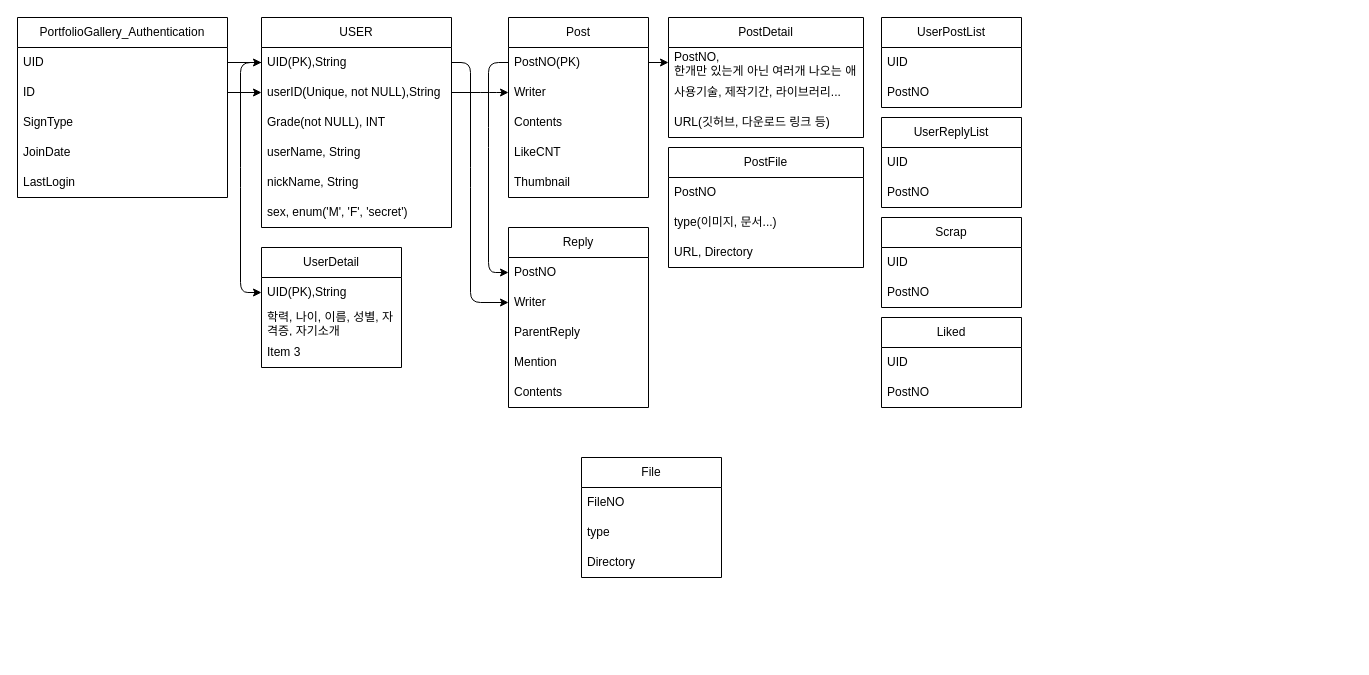
The draw.io diagram ERD.drawio in NewChoBo/portfolio_gallery_NodeJS, before the edit. Source tidied: cells renumbered, new cells numbered last; positions are measured from the earlier drawing's top-left corner, leaving out a move shared by most shapes. Both pictures are drawn from the tidied source at 100%, with x=0, y=0 at pixel (17, 17).
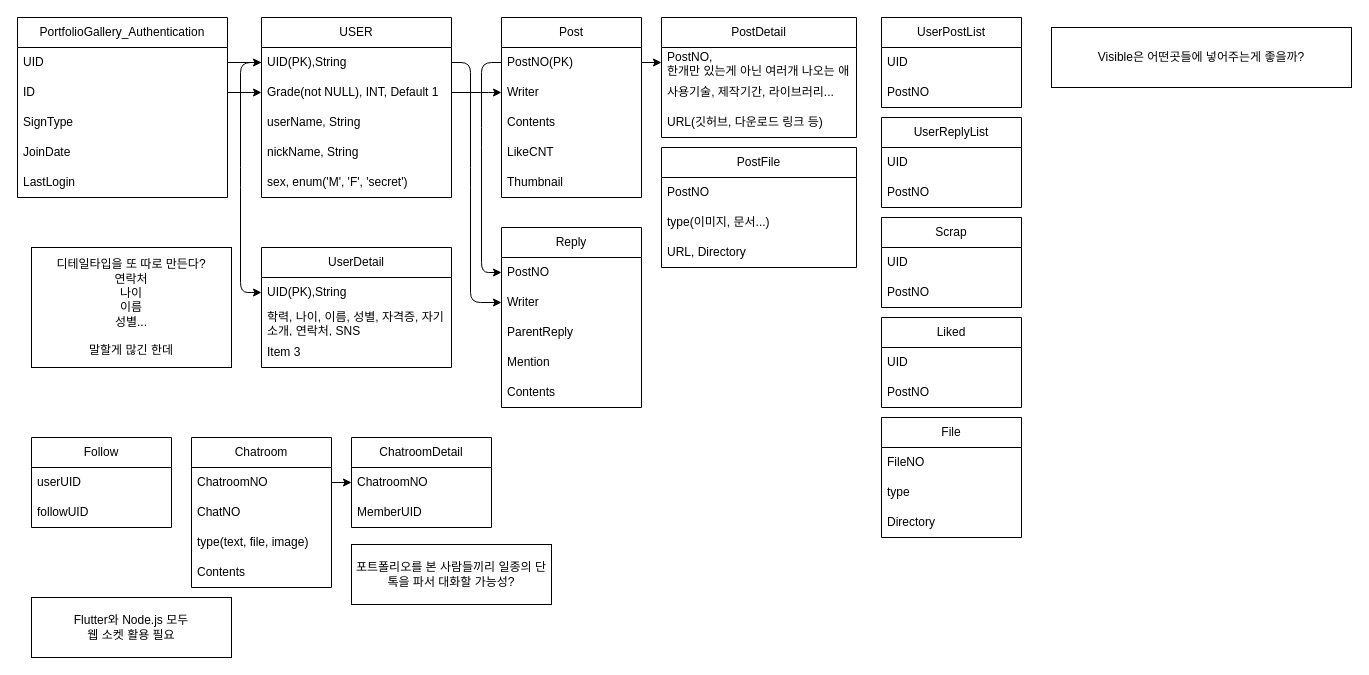
The same page after the edit.

Commit message:
User테이블에 팔로워 정보도 공개여부를 설정 해야 하나?

테이블의 모든 정보에 대해 visible을 달아주기는 많이 부담이 된다...

구글 로그인같은거로 하면, UID는 오더라도 userID는 안올것.
물론, firebase에 요청해서 식별자를 받아오는게 가능할 것 같긴 한데, 필수적이란 생각은 안듦.

명함에 관한 내용도 고려 필요

Unchanged cells that the change refers to:
```xml
<mxCell id="11" value="ID" style="text;strokeColor=none;fillColor=none;align=left;verticalAlign=middle;spacingLeft=4;spacingRight=4;overflow=hidden;points=[[0,0.5],[1,0.5]];portConstraint=eastwest;whiteSpace=wrap;html=1;rounded=0;glass=0;" parent="9" vertex="1">
  <mxGeometry y="60" width="210" height="30" as="geometry" />
</mxCell>
<mxCell id="32" value="PostNO(PK)" style="text;strokeColor=none;fillColor=none;align=left;verticalAlign=middle;spacingLeft=4;spacingRight=4;overflow=hidden;points=[[0,0.5],[1,0.5]];portConstraint=eastwest;whiteSpace=wrap;html=1;rounded=0;glass=0;" parent="31" vertex="1">
  <mxGeometry y="30" width="140" height="30" as="geometry" />
</mxCell>
<mxCell id="33" value="Writer" style="text;strokeColor=none;fillColor=none;align=left;verticalAlign=middle;spacingLeft=4;spacingRight=4;overflow=hidden;points=[[0,0.5],[1,0.5]];portConstraint=eastwest;whiteSpace=wrap;html=1;rounded=0;glass=0;" parent="31" vertex="1">
  <mxGeometry y="60" width="140" height="30" as="geometry" />
</mxCell>
<mxCell id="39" value="PostNO" style="text;strokeColor=none;fillColor=none;align=left;verticalAlign=middle;spacingLeft=4;spacingRight=4;overflow=hidden;points=[[0,0.5],[1,0.5]];portConstraint=eastwest;whiteSpace=wrap;html=1;rounded=0;glass=0;" parent="38" vertex="1">
  <mxGeometry y="30" width="140" height="30" as="geometry" />
</mxCell>
```

Diff of the diagram source:
```diff
@@
     <mxCell id="2" value="USER" style="swimlane;fontStyle=0;horizontal=1;startSize=30;whiteSpace=wrap;html=1;" parent="1" vertex="1">
-      <mxGeometry x="244" width="190" height="210" as="geometry" />
+      <mxGeometry x="244" width="190" height="180" as="geometry" />
     </mxCell>
@@
-    <mxCell id="4" value="userID(Unique, not NULL),String" style="text;strokeColor=none;fillColor=none;align=left;verticalAlign=middle;spacingLeft=4;spacingRight=4;overflow=hidden;points=[[0,0.5],[1,0.5]];portConstraint=eastwest;whiteSpace=wrap;html=1;" parent="2" vertex="1">
-      <mxGeometry y="60" width="190" height="30" as="geometry" />
-    </mxCell>
-    <mxCell id="5" value="Grade(not NULL), INT" style="text;strokeColor=none;fillColor=none;align=left;verticalAlign=middle;spacingLeft=4;spacingRight=4;overflow=hidden;whiteSpace=wrap;html=1;rounded=0;glass=0;" parent="2" vertex="1">
-      <mxGeometry y="90" width="190" height="30" as="geometry" />
+    <mxCell id="5" value="Grade(not NULL), INT, Default 1" style="text;strokeColor=none;fillColor=none;align=left;verticalAlign=middle;spacingLeft=4;spacingRight=4;overflow=hidden;whiteSpace=wrap;html=1;rounded=0;glass=0;" parent="2" vertex="1">
+      <mxGeometry y="60" width="190" height="30" as="geometry" />
     </mxCell>
     <mxCell id="6" value="userName, String" style="text;strokeColor=none;fillColor=none;align=left;verticalAlign=middle;spacingLeft=4;spacingRight=4;overflow=hidden;whiteSpace=wrap;html=1;" parent="2" vertex="1">
-      <mxGeometry y="120" width="190" height="30" as="geometry" />
+      <mxGeometry y="90" width="190" height="30" as="geometry" />
     </mxCell>
     <mxCell id="7" value="nickName, String" style="text;strokeColor=none;fillColor=none;align=left;verticalAlign=middle;spacingLeft=4;spacingRight=4;overflow=hidden;whiteSpace=wrap;html=1;" parent="2" vertex="1">
-      <mxGeometry y="150" width="190" height="30" as="geometry" />
+      <mxGeometry y="120" width="190" height="30" as="geometry" />
     </mxCell>
     <mxCell id="8" value="sex, enum('M', 'F', 'secret')" style="text;strokeColor=none;fillColor=none;align=left;verticalAlign=middle;spacingLeft=4;spacingRight=4;overflow=hidden;whiteSpace=wrap;html=1;" parent="2" vertex="1">
-      <mxGeometry y="180" width="190" height="30" as="geometry" />
+      <mxGeometry y="150" width="190" height="30" as="geometry" />
     </mxCell>
@@
-    <mxCell id="15" style="edgeStyle=none;html=1;entryX=0;entryY=0.5;entryDx=0;entryDy=0;exitX=1;exitY=0.5;exitDx=0;exitDy=0;" parent="1" edge="1" source="11" target="4">
-      <mxGeometry relative="1" as="geometry" />
+    <mxCell id="15" style="edgeStyle=none;html=1;entryX=0;entryY=0.5;entryDx=0;entryDy=0;exitX=1;exitY=0.5;exitDx=0;exitDy=0;" parent="1" edge="1" source="11">
+      <mxGeometry relative="1" as="geometry">
+        <mxPoint x="244" y="75" as="targetPoint" />
+      </mxGeometry>
     </mxCell>
@@
     <mxCell id="23" value="File" style="swimlane;fontStyle=0;horizontal=1;startSize=30;whiteSpace=wrap;html=1;rounded=0;glass=0;" parent="1" vertex="1">
-      <mxGeometry x="564" y="440" width="140" height="120" as="geometry" />
+      <mxGeometry x="864" y="400" width="140" height="120" as="geometry" />
     </mxCell>
@@
     <mxCell id="27" value="UserDetail" style="swimlane;fontStyle=0;horizontal=1;startSize=30;whiteSpace=wrap;html=1;rounded=0;glass=0;" parent="1" vertex="1">
-      <mxGeometry x="244" y="230" width="140" height="120" as="geometry" />
+      <mxGeometry x="244" y="230" width="190" height="120" as="geometry" />
     </mxCell>
     <mxCell id="28" value="UID(PK),String" style="text;strokeColor=none;fillColor=none;align=left;verticalAlign=middle;spacingLeft=4;spacingRight=4;overflow=hidden;points=[[0,0.5],[1,0.5]];portConstraint=eastwest;whiteSpace=wrap;html=1;rounded=0;glass=0;" parent="27" vertex="1">
-      <mxGeometry y="30" width="140" height="30" as="geometry" />
+      <mxGeometry y="30" width="190" height="30" as="geometry" />
     </mxCell>
-    <mxCell id="29" value="학력, 나이, 이름, 성별, 자격증, 자기소개" style="text;strokeColor=none;fillColor=none;align=left;verticalAlign=middle;spacingLeft=4;spacingRight=4;overflow=hidden;whiteSpace=wrap;html=1;rounded=0;glass=0;" parent="27" vertex="1">
-      <mxGeometry y="60" width="140" height="30" as="geometry" />
+    <mxCell id="29" value="학력, 나이, 이름, 성별, 자격증, 자기소개, 연락처, SNS" style="text;strokeColor=none;fillColor=none;align=left;verticalAlign=middle;spacingLeft=4;spacingRight=4;overflow=hidden;whiteSpace=wrap;html=1;rounded=0;glass=0;" parent="27" vertex="1">
+      <mxGeometry y="60" width="190" height="30" as="geometry" />
     </mxCell>
     <mxCell id="30" value="Item 3" style="text;strokeColor=none;fillColor=none;align=left;verticalAlign=middle;spacingLeft=4;spacingRight=4;overflow=hidden;whiteSpace=wrap;html=1;rounded=0;glass=0;" parent="27" vertex="1">
-      <mxGeometry y="90" width="140" height="30" as="geometry" />
+      <mxGeometry y="90" width="190" height="30" as="geometry" />
     </mxCell>
     <mxCell id="31" value="Post" style="swimlane;fontStyle=0;horizontal=1;startSize=30;whiteSpace=wrap;html=1;rounded=0;glass=0;" parent="1" vertex="1">
-      <mxGeometry x="491" width="140" height="180" as="geometry" />
+      <mxGeometry x="484" width="140" height="180" as="geometry" />
     </mxCell>
@@
-    <mxCell id="37" style="edgeStyle=none;html=1;entryX=0;entryY=0.5;entryDx=0;entryDy=0;exitX=1;exitY=0.5;exitDx=0;exitDy=0;" parent="1" edge="1" source="4" target="33">
+    <mxCell id="37" style="edgeStyle=none;html=1;entryX=0;entryY=0.5;entryDx=0;entryDy=0;exitX=1;exitY=0.5;exitDx=0;exitDy=0;" parent="1" edge="1" target="33">
       <mxGeometry relative="1" as="geometry">
+        <mxPoint x="434" y="75" as="sourcePoint" />
         <Array as="points">
           <mxPoint x="473" y="75" />
         </Array>
       </mxGeometry>
     </mxCell>
     <mxCell id="38" value="Reply" style="swimlane;fontStyle=0;horizontal=1;startSize=30;whiteSpace=wrap;html=1;rounded=0;glass=0;" parent="1" vertex="1">
-      <mxGeometry x="491" y="210" width="140" height="180" as="geometry" />
+      <mxGeometry x="484" y="210" width="140" height="180" as="geometry" />
     </mxCell>
@@
     <mxCell id="47" value="PostDetail&lt;br&gt;" style="swimlane;fontStyle=0;horizontal=1;startSize=30;whiteSpace=wrap;html=1;rounded=0;glass=0;" parent="1" vertex="1">
-      <mxGeometry x="651" width="195" height="120" as="geometry" />
+      <mxGeometry x="644" width="195" height="120" as="geometry" />
     </mxCell>
@@
     <mxCell id="52" style="edgeStyle=none;html=1;entryX=0;entryY=0.5;entryDx=0;entryDy=0;exitX=0;exitY=0.5;exitDx=0;exitDy=0;" parent="1" edge="1" source="32" target="39">
       <mxGeometry relative="1" as="geometry">
         <Array as="points">
-          <mxPoint x="471" y="45" />
-          <mxPoint x="471" y="120" />
-          <mxPoint x="471" y="255" />
+          <mxPoint x="464" y="45" />
+          <mxPoint x="464" y="120" />
+          <mxPoint x="464" y="255" />
         </Array>
       </mxGeometry>
     </mxCell>
@@
     <mxCell id="55" value="PostFile" style="swimlane;fontStyle=0;horizontal=1;startSize=30;whiteSpace=wrap;html=1;rounded=0;glass=0;" parent="1" vertex="1">
-      <mxGeometry x="651" y="130" width="195" height="120" as="geometry" />
+      <mxGeometry x="644" y="130" width="195" height="120" as="geometry" />
     </mxCell>
@@
+    <mxCell id="62" value="Follow" style="swimlane;fontStyle=0;horizontal=1;startSize=30;whiteSpace=wrap;html=1;rounded=0;glass=0;" parent="1" vertex="1">
+      <mxGeometry x="14" y="420" width="140" height="90" as="geometry" />
+    </mxCell>
+    <mxCell id="63" value="userUID" style="text;strokeColor=none;fillColor=none;align=left;verticalAlign=middle;spacingLeft=4;spacingRight=4;overflow=hidden;whiteSpace=wrap;html=1;rounded=0;glass=0;" parent="62" vertex="1">
+      <mxGeometry y="30" width="140" height="30" as="geometry" />
+    </mxCell>
+    <mxCell id="64" value="followUID" style="text;strokeColor=none;fillColor=none;align=left;verticalAlign=middle;spacingLeft=4;spacingRight=4;overflow=hidden;whiteSpace=wrap;html=1;rounded=0;glass=0;" parent="62" vertex="1">
+      <mxGeometry y="60" width="140" height="30" as="geometry" />
+    </mxCell>
+    <mxCell id="65" value="Chatroom" style="swimlane;fontStyle=0;horizontal=1;startSize=30;whiteSpace=wrap;html=1;rounded=0;glass=0;" parent="1" vertex="1">
+      <mxGeometry x="174" y="420" width="140" height="150" as="geometry" />
+    </mxCell>
+    <mxCell id="66" value="ChatroomNO" style="text;strokeColor=none;fillColor=none;align=left;verticalAlign=middle;spacingLeft=4;spacingRight=4;overflow=hidden;points=[[0,0.5],[1,0.5]];portConstraint=eastwest;whiteSpace=wrap;html=1;rounded=0;glass=0;" parent="65" vertex="1">
+      <mxGeometry y="30" width="140" height="30" as="geometry" />
+    </mxCell>
+    <mxCell id="67" value="ChatNO" style="text;strokeColor=none;fillColor=none;align=left;verticalAlign=middle;spacingLeft=4;spacingRight=4;overflow=hidden;whiteSpace=wrap;html=1;rounded=0;glass=0;" parent="65" vertex="1">
+      <mxGeometry y="60" width="140" height="30" as="geometry" />
+    </mxCell>
+    <mxCell id="68" value="type(text, file, image)" style="text;strokeColor=none;fillColor=none;align=left;verticalAlign=middle;spacingLeft=4;spacingRight=4;overflow=hidden;whiteSpace=wrap;html=1;rounded=0;glass=0;" parent="65" vertex="1">
+      <mxGeometry y="90" width="140" height="30" as="geometry" />
+    </mxCell>
+    <mxCell id="69" value="Contents" style="text;strokeColor=none;fillColor=none;align=left;verticalAlign=middle;spacingLeft=4;spacingRight=4;overflow=hidden;whiteSpace=wrap;html=1;rounded=0;glass=0;" parent="65" vertex="1">
+      <mxGeometry y="120" width="140" height="30" as="geometry" />
+    </mxCell>
+    <mxCell id="70" value="ChatroomDetail" style="swimlane;fontStyle=0;horizontal=1;startSize=30;whiteSpace=wrap;html=1;rounded=0;glass=0;" parent="1" vertex="1">
+      <mxGeometry x="334" y="420" width="140" height="90" as="geometry" />
+    </mxCell>
+    <mxCell id="71" value="ChatroomNO" style="text;strokeColor=none;fillColor=none;align=left;verticalAlign=middle;spacingLeft=4;spacingRight=4;overflow=hidden;points=[[0,0.5],[1,0.5]];portConstraint=eastwest;whiteSpace=wrap;html=1;rounded=0;glass=0;" parent="70" vertex="1">
+      <mxGeometry y="30" width="140" height="30" as="geometry" />
+    </mxCell>
+    <mxCell id="72" value="MemberUID" style="text;strokeColor=none;fillColor=none;align=left;verticalAlign=middle;spacingLeft=4;spacingRight=4;overflow=hidden;whiteSpace=wrap;html=1;rounded=0;glass=0;" parent="70" vertex="1">
+      <mxGeometry y="60" width="140" height="30" as="geometry" />
+    </mxCell>
+    <mxCell id="73" value="포트폴리오를 본 사람들끼리 일종의 단톡을 파서 대화할 가능성?" style="whiteSpace=wrap;html=1;rounded=0;glass=0;" parent="1" vertex="1">
+      <mxGeometry x="334" y="527" width="200" height="60" as="geometry" />
+    </mxCell>
+    <mxCell id="74" value="디테일타입을 또 따로 만든다?&lt;br&gt;연락처&lt;br&gt;나이&lt;br&gt;이름&lt;br&gt;성별...&lt;br&gt;&lt;br&gt;말할게 많긴 한데" style="whiteSpace=wrap;html=1;rounded=0;glass=0;" parent="1" vertex="1">
+      <mxGeometry x="14" y="230" width="200" height="120" as="geometry" />
+    </mxCell>
+    <mxCell id="75" value="Flutter와 Node.js 모두&lt;br&gt;웹 소켓 활용 필요" style="whiteSpace=wrap;html=1;rounded=0;glass=0;" parent="1" vertex="1">
+      <mxGeometry x="14" y="580" width="200" height="60" as="geometry" />
+    </mxCell>
+    <mxCell id="76" style="edgeStyle=none;html=1;entryX=0;entryY=0.5;entryDx=0;entryDy=0;" parent="1" edge="1" source="66" target="71">
+      <mxGeometry relative="1" as="geometry" />
+    </mxCell>
+    <mxCell id="77" value="Visible은 어떤곳들에 넣어주는게 좋을까?" style="whiteSpace=wrap;html=1;rounded=0;glass=0;" parent="1" vertex="1">
+      <mxGeometry x="1034" y="10" width="300" height="60" as="geometry" />
+    </mxCell>
```
